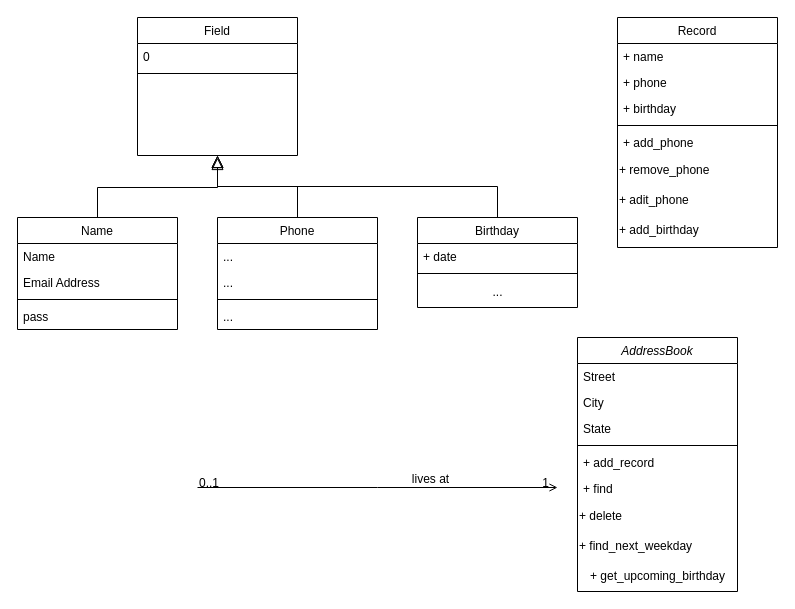
Earlier version of the draw.io diagram Personal assistant.drawio (AndreyKozachok/goit-pyweb-hw-01). Source tidied: cells renumbered, new cells numbered last; positions are measured from the earlier drawing's top-left corner, leaving out a move shared by most shapes. Both pictures are drawn from the tidied source at 100%, with x=0, y=0 at pixel (17, 17).
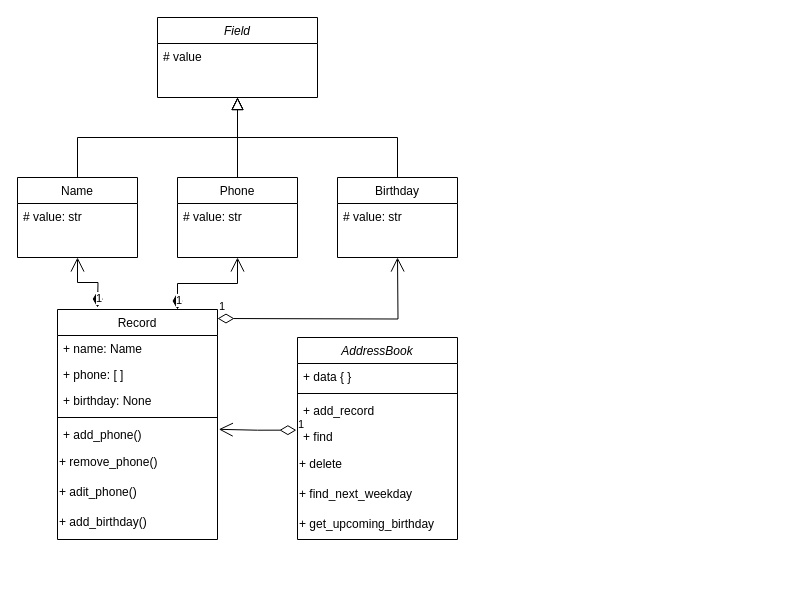
The same diagram, later.

What changed in the source:
```diff
@@
-    <mxCell id="2" value="Field" style="swimlane;fontStyle=0;align=center;verticalAlign=top;horizontal=1;startSize=26;rounded=0;shadow=0;strokeWidth=1;" parent="1" vertex="1">
-      <mxGeometry x="120" width="160" height="138" as="geometry" />
+    <mxCell id="2" value="Field" style="swimlane;fontStyle=2;align=center;verticalAlign=top;horizontal=1;startSize=26;rounded=0;shadow=0;strokeWidth=1;" parent="1" vertex="1">
+      <mxGeometry x="140" width="160" height="80" as="geometry" />
     </mxCell>
-    <mxCell id="3" value="0" style="text;align=left;verticalAlign=top;spacingLeft=4;spacingRight=4;overflow=hidden;rounded=0;shadow=0;html=0;" parent="2" vertex="1">
+    <mxCell id="3" value="# value" style="text;align=left;verticalAlign=top;spacingLeft=4;spacingRight=4;overflow=hidden;rounded=0;shadow=0;html=0;" parent="2" vertex="1">
       <mxGeometry y="26" width="160" height="26" as="geometry" />
     </mxCell>
-    <mxCell id="4" style="line;html=1;strokeWidth=1;align=left;verticalAlign=middle;spacingTop=-1;spacingLeft=3;spacingRight=3;labelPosition=right;" parent="2" vertex="1">
-      <mxGeometry y="52" width="160" height="8" as="geometry" />
-    </mxCell>
     <mxCell id="5" value="Phone" style="swimlane;fontStyle=0;align=center;verticalAlign=top;horizontal=1;startSize=26;rounded=0;shadow=0;strokeWidth=1;" parent="1" vertex="1">
-      <mxGeometry x="200" y="200" width="160" height="112" as="geometry" />
+      <mxGeometry x="160" y="160" width="120" height="80" as="geometry" />
     </mxCell>
-    <mxCell id="6" value="..." style="text;align=left;verticalAlign=top;spacingLeft=4;spacingRight=4;overflow=hidden;" parent="5" vertex="1">
-      <mxGeometry y="26" width="160" height="26" as="geometry" />
-    </mxCell>
-    <mxCell id="7" value="..." style="text;align=left;verticalAlign=top;spacingLeft=4;spacingRight=4;overflow=hidden;rounded=0;shadow=0;html=0;" parent="5" vertex="1">
-      <mxGeometry y="52" width="160" height="26" as="geometry" />
-    </mxCell>
-    <mxCell id="8" style="line;html=1;strokeWidth=1;align=left;verticalAlign=middle;spacingTop=-1;spacingLeft=3;spacingRight=3;labelPosition=right;" parent="5" vertex="1">
-      <mxGeometry y="78" width="160" height="8" as="geometry" />
-    </mxCell>
-    <mxCell id="9" value="..." style="text;align=left;verticalAlign=top;spacingLeft=4;spacingRight=4;overflow=hidden;" parent="5" vertex="1">
-      <mxGeometry y="86" width="160" height="26" as="geometry" />
-    </mxCell>
+    <mxCell id="45" value="# value: str" style="text;align=left;verticalAlign=top;spacingLeft=4;spacingRight=4;overflow=hidden;rounded=0;shadow=0;html=0;" parent="5" vertex="1">
+      <mxGeometry y="26" width="120" height="26" as="geometry" />
+    </mxCell>
@@
     <mxCell id="11" value="Birthday" style="swimlane;fontStyle=0;align=center;verticalAlign=top;horizontal=1;startSize=26;rounded=0;shadow=0;strokeWidth=1;" parent="1" vertex="1">
-      <mxGeometry x="400" y="200" width="160" height="90" as="geometry" />
+      <mxGeometry x="320" y="160" width="120" height="80" as="geometry" />
     </mxCell>
-    <mxCell id="12" value="+ date" style="text;align=left;verticalAlign=top;spacingLeft=4;spacingRight=4;overflow=hidden;" parent="11" vertex="1">
-      <mxGeometry y="26" width="160" height="26" as="geometry" />
-    </mxCell>
-    <mxCell id="13" style="line;html=1;strokeWidth=1;align=left;verticalAlign=middle;spacingTop=-1;spacingLeft=3;spacingRight=3;labelPosition=right;" parent="11" vertex="1">
-      <mxGeometry y="52" width="160" height="8" as="geometry" />
-    </mxCell>
-    <mxCell id="14" value="..." style="text;html=1;align=center;verticalAlign=middle;strokeColor=none;fillColor=none;" parent="11" vertex="1">
-      <mxGeometry y="60" width="160" height="30" as="geometry" />
-    </mxCell>
+    <mxCell id="46" value="# value: str" style="text;align=left;verticalAlign=top;spacingLeft=4;spacingRight=4;overflow=hidden;rounded=0;shadow=0;html=0;" parent="11" vertex="1">
+      <mxGeometry y="26" width="120" height="26" as="geometry" />
+    </mxCell>
@@
     <mxCell id="16" value="AddressBook" style="swimlane;fontStyle=2;align=center;verticalAlign=top;horizontal=1;startSize=26;rounded=0;shadow=0;strokeWidth=1;" parent="1" vertex="1">
-      <mxGeometry x="560" y="320" width="160" height="254" as="geometry" />
+      <mxGeometry x="280" y="320" width="160" height="202" as="geometry" />
     </mxCell>
-    <mxCell id="17" value="Street" style="text;align=left;verticalAlign=top;spacingLeft=4;spacingRight=4;overflow=hidden;" parent="16" vertex="1">
+    <mxCell id="17" value="+ data { }" style="text;align=left;verticalAlign=top;spacingLeft=4;spacingRight=4;overflow=hidden;" parent="16" vertex="1">
       <mxGeometry y="26" width="160" height="26" as="geometry" />
     </mxCell>
-    <mxCell id="18" value="City" style="text;align=left;verticalAlign=top;spacingLeft=4;spacingRight=4;overflow=hidden;rounded=0;shadow=0;html=0;" parent="16" vertex="1">
-      <mxGeometry y="52" width="160" height="26" as="geometry" />
-    </mxCell>
-    <mxCell id="19" value="State" style="text;align=left;verticalAlign=top;spacingLeft=4;spacingRight=4;overflow=hidden;rounded=0;shadow=0;html=0;" parent="16" vertex="1">
-      <mxGeometry y="78" width="160" height="26" as="geometry" />
-    </mxCell>
     <mxCell id="20" style="line;html=1;strokeWidth=1;align=left;verticalAlign=middle;spacingTop=-1;spacingLeft=3;spacingRight=3;labelPosition=right;" parent="16" vertex="1">
-      <mxGeometry y="104" width="160" height="8" as="geometry" />
+      <mxGeometry y="52" width="160" height="8" as="geometry" />
     </mxCell>
     <mxCell id="21" value="+ add_record" style="text;align=left;verticalAlign=top;spacingLeft=4;spacingRight=4;overflow=hidden;" parent="16" vertex="1">
-      <mxGeometry y="112" width="160" height="26" as="geometry" />
+      <mxGeometry y="60" width="160" height="26" as="geometry" />
     </mxCell>
     <mxCell id="22" value="+ find" style="text;align=left;verticalAlign=top;spacingLeft=4;spacingRight=4;overflow=hidden;points=[[0,0.5],[1,0.5]];portConstraint=eastwest;" parent="16" vertex="1">
-      <mxGeometry y="138" width="160" height="26" as="geometry" />
+      <mxGeometry y="86" width="160" height="26" as="geometry" />
     </mxCell>
     <mxCell id="23" value="+ delete" style="text;html=1;align=left;verticalAlign=middle;strokeColor=none;fillColor=none;" parent="16" vertex="1">
-      <mxGeometry y="164" width="160" height="30" as="geometry" />
+      <mxGeometry y="112" width="160" height="30" as="geometry" />
     </mxCell>
     <mxCell id="24" value="+ find_next_weekday" style="text;html=1;align=left;verticalAlign=middle;strokeColor=none;fillColor=none;" parent="16" vertex="1">
-      <mxGeometry y="194" width="160" height="30" as="geometry" />
+      <mxGeometry y="142" width="160" height="30" as="geometry" />
     </mxCell>
-    <mxCell id="25" value="+ get_upcoming_birthday" style="text;html=1;align=center;verticalAlign=middle;strokeColor=none;fillColor=none;" parent="16" vertex="1">
-      <mxGeometry y="224" width="160" height="30" as="geometry" />
+    <mxCell id="25" value="+ get_upcoming_birthday" style="text;html=1;align=left;verticalAlign=middle;strokeColor=none;fillColor=none;" parent="16" vertex="1">
+      <mxGeometry y="172" width="160" height="30" as="geometry" />
     </mxCell>
-    <mxCell id="26" style="endArrow=open;shadow=0;strokeWidth=1;rounded=0;curved=0;endFill=1;edgeStyle=elbowEdgeStyle;elbow=vertical;" parent="1" edge="1">
-      <mxGeometry x="0.5" y="41" relative="1" as="geometry">
-        <mxPoint x="180" y="470" as="sourcePoint" />
-        <mxPoint x="540" y="470" as="targetPoint" />
-        <mxPoint x="-40" y="32" as="offset" />
-      </mxGeometry>
-    </mxCell>
-    <mxCell id="27" value="0..1" style="align=left;verticalAlign=bottom;labelBackgroundColor=none;fontSize=12;" parent="26" vertex="1">
-      <mxGeometry x="-1" relative="1" as="geometry">
-        <mxPoint y="4" as="offset" />
-      </mxGeometry>
-    </mxCell>
-    <mxCell id="28" value="1" style="align=right;verticalAlign=bottom;labelBackgroundColor=none;fontSize=12;" parent="26" vertex="1">
-      <mxGeometry x="1" relative="1" as="geometry">
-        <mxPoint x="-7" y="4" as="offset" />
-      </mxGeometry>
-    </mxCell>
-    <mxCell id="29" value="lives at" style="text;html=1;align=center;verticalAlign=middle;labelBackgroundColor=none;rounded=0;shadow=0;strokeWidth=1;fontSize=12;" parent="26" vertex="1">
-      <mxGeometry x="0.5" y="49" relative="1" as="geometry">
-        <mxPoint x="-38" y="40" as="offset" />
-      </mxGeometry>
-    </mxCell>
     <mxCell id="30" value="Name" style="swimlane;fontStyle=0;align=center;verticalAlign=top;horizontal=1;startSize=26;rounded=0;shadow=0;strokeWidth=1;" parent="1" vertex="1">
-      <mxGeometry y="200" width="160" height="112" as="geometry" />
+      <mxGeometry y="160" width="120" height="80" as="geometry" />
     </mxCell>
-    <mxCell id="31" value="Name" style="text;align=left;verticalAlign=top;spacingLeft=4;spacingRight=4;overflow=hidden;" parent="30" vertex="1">
-      <mxGeometry y="26" width="160" height="26" as="geometry" />
-    </mxCell>
-    <mxCell id="32" value="Email Address" style="text;align=left;verticalAlign=top;spacingLeft=4;spacingRight=4;overflow=hidden;rounded=0;shadow=0;html=0;" parent="30" vertex="1">
-      <mxGeometry y="52" width="160" height="26" as="geometry" />
+    <mxCell id="32" value="# value: str" style="text;align=left;verticalAlign=top;spacingLeft=4;spacingRight=4;overflow=hidden;rounded=0;shadow=0;html=0;" parent="30" vertex="1">
+      <mxGeometry y="26" width="120" height="26" as="geometry" />
     </mxCell>
-    <mxCell id="33" style="line;html=1;strokeWidth=1;align=left;verticalAlign=middle;spacingTop=-1;spacingLeft=3;spacingRight=3;labelPosition=right;" parent="30" vertex="1">
-      <mxGeometry y="78" width="160" height="8" as="geometry" />
-    </mxCell>
-    <mxCell id="34" value="pass" style="text;align=left;verticalAlign=top;spacingLeft=4;spacingRight=4;overflow=hidden;" parent="30" vertex="1">
-      <mxGeometry y="86" width="160" height="26" as="geometry" />
-    </mxCell>
-    <mxCell id="35" style="endArrow=block;endSize=10;endFill=0;shadow=0;strokeWidth=1;rounded=0;curved=0;edgeStyle=elbowEdgeStyle;elbow=vertical;exitX=0.5;exitY=0;exitDx=0;exitDy=0;" parent="1" edge="1" source="30">
-      <mxGeometry relative="1" as="geometry">
-        <mxPoint x="200" y="140" as="targetPoint" />
-      </mxGeometry>
+    <mxCell id="35" style="endArrow=block;endSize=10;endFill=0;shadow=0;strokeWidth=1;rounded=0;curved=0;edgeStyle=elbowEdgeStyle;elbow=vertical;exitX=0.5;exitY=0;exitDx=0;exitDy=0;entryX=0.5;entryY=1;entryDx=0;entryDy=0;" parent="1" edge="1" source="30" target="2">
+      <mxGeometry relative="1" as="geometry" />
     </mxCell>
     <mxCell id="36" value="Record" style="swimlane;fontStyle=0;align=center;verticalAlign=top;horizontal=1;startSize=26;rounded=0;shadow=0;strokeWidth=1;" parent="1" vertex="1">
-      <mxGeometry x="600" width="160" height="230" as="geometry" />
+      <mxGeometry x="40" y="292" width="160" height="230" as="geometry" />
     </mxCell>
-    <mxCell id="37" value="+ name" style="text;align=left;verticalAlign=top;spacingLeft=4;spacingRight=4;overflow=hidden;" parent="36" vertex="1">
+    <mxCell id="37" value="+ name: Name" style="text;align=left;verticalAlign=top;spacingLeft=4;spacingRight=4;overflow=hidden;" parent="36" vertex="1">
       <mxGeometry y="26" width="160" height="26" as="geometry" />
     </mxCell>
-    <mxCell id="38" value="+ phone" style="text;align=left;verticalAlign=top;spacingLeft=4;spacingRight=4;overflow=hidden;rounded=0;shadow=0;html=0;" parent="36" vertex="1">
+    <mxCell id="38" value="+ phone: [ ]" style="text;align=left;verticalAlign=top;spacingLeft=4;spacingRight=4;overflow=hidden;rounded=0;shadow=0;html=0;" parent="36" vertex="1">
       <mxGeometry y="52" width="160" height="26" as="geometry" />
     </mxCell>
-    <mxCell id="39" value="+ birthday" style="text;align=left;verticalAlign=top;spacingLeft=4;spacingRight=4;overflow=hidden;rounded=0;shadow=0;html=0;" parent="36" vertex="1">
+    <mxCell id="39" value="+ birthday: None" style="text;align=left;verticalAlign=top;spacingLeft=4;spacingRight=4;overflow=hidden;rounded=0;shadow=0;html=0;" parent="36" vertex="1">
       <mxGeometry y="78" width="160" height="26" as="geometry" />
     </mxCell>
@@
-    <mxCell id="41" value="+ add_phone&#10;" style="text;align=left;verticalAlign=top;spacingLeft=4;spacingRight=4;overflow=hidden;points=[[0,0.5],[1,0.5]];portConstraint=eastwest;" parent="36" vertex="1">
+    <mxCell id="41" value="+ add_phone()" style="text;align=left;verticalAlign=top;spacingLeft=4;spacingRight=4;overflow=hidden;points=[[0,0.5],[1,0.5]];portConstraint=eastwest;" parent="36" vertex="1">
       <mxGeometry y="112" width="160" height="26" as="geometry" />
     </mxCell>
-    <mxCell id="42" value="+ remove_phone" style="text;html=1;align=left;verticalAlign=middle;strokeColor=none;fillColor=none;" parent="36" vertex="1">
+    <mxCell id="42" value="+ remove_phone()" style="text;html=1;align=left;verticalAlign=middle;strokeColor=none;fillColor=none;" parent="36" vertex="1">
       <mxGeometry y="138" width="160" height="30" as="geometry" />
     </mxCell>
-    <mxCell id="43" value="+ adit_phone" style="text;html=1;align=left;verticalAlign=middle;strokeColor=none;fillColor=none;" parent="36" vertex="1">
+    <mxCell id="43" value="+ adit_phone()" style="text;html=1;align=left;verticalAlign=middle;strokeColor=none;fillColor=none;" parent="36" vertex="1">
       <mxGeometry y="168" width="160" height="30" as="geometry" />
     </mxCell>
-    <mxCell id="44" value="+ add_birthday" style="text;html=1;align=left;verticalAlign=middle;strokeColor=none;fillColor=none;" parent="36" vertex="1">
+    <mxCell id="44" value="+ add_birthday()" style="text;html=1;align=left;verticalAlign=middle;strokeColor=none;fillColor=none;" parent="36" vertex="1">
       <mxGeometry y="198" width="160" height="30" as="geometry" />
     </mxCell>
+    <mxCell id="47" value="1" style="endArrow=open;html=1;endSize=12;startArrow=diamondThin;startSize=14;startFill=1;edgeStyle=orthogonalEdgeStyle;align=left;verticalAlign=bottom;rounded=0;entryX=0.5;entryY=1;entryDx=0;entryDy=0;" parent="1" edge="1" target="30">
+      <mxGeometry x="-1" y="3" relative="1" as="geometry">
+        <mxPoint x="80" y="290" as="sourcePoint" />
+      </mxGeometry>
+    </mxCell>
+    <mxCell id="48" value="1" style="endArrow=open;html=1;endSize=12;startArrow=diamondThin;startSize=14;startFill=1;edgeStyle=orthogonalEdgeStyle;align=left;verticalAlign=bottom;rounded=0;entryX=0.5;entryY=1;entryDx=0;entryDy=0;exitX=0.75;exitY=0;exitDx=0;exitDy=0;" parent="1" edge="1" source="36" target="5">
+      <mxGeometry x="-1" y="3" relative="1" as="geometry" />
+    </mxCell>
+    <mxCell id="49" value="1" style="endArrow=open;html=1;endSize=12;startArrow=diamondThin;startSize=14;startFill=0;edgeStyle=orthogonalEdgeStyle;align=left;verticalAlign=bottom;rounded=0;exitX=1;exitY=0.5;exitDx=0;exitDy=0;" parent="1" edge="1">
+      <mxGeometry x="-1" y="3" relative="1" as="geometry">
+        <mxPoint x="200" y="301" as="sourcePoint" />
+        <mxPoint x="380" y="240" as="targetPoint" />
+      </mxGeometry>
+    </mxCell>
+    <mxCell id="50" value="1" style="endArrow=open;html=1;endSize=12;startArrow=diamondThin;startSize=14;startFill=0;edgeStyle=orthogonalEdgeStyle;align=left;verticalAlign=bottom;rounded=0;entryX=1.008;entryY=0.301;entryDx=0;entryDy=0;entryPerimeter=0;exitX=-0.007;exitY=0.256;exitDx=0;exitDy=0;exitPerimeter=0;" parent="1" edge="1" source="22" target="41">
+      <mxGeometry x="-1" y="3" relative="1" as="geometry" />
+    </mxCell>
```
